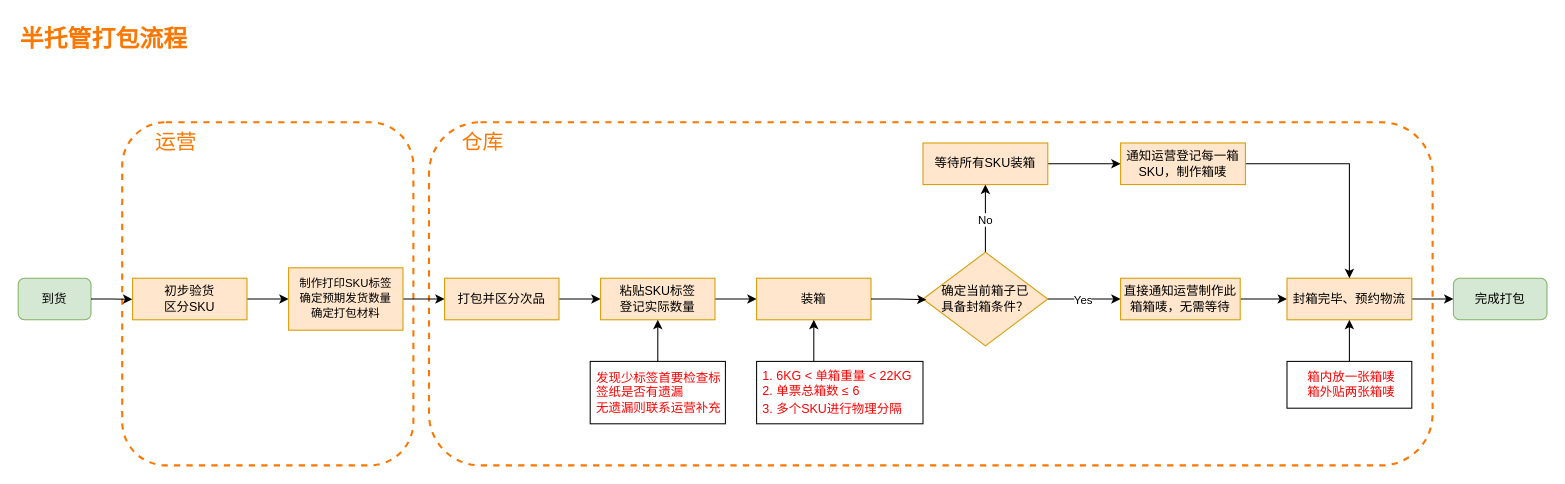
Wu-JunHui/Drawings keeps this draw.io diagram as Semi-managed Packaging Process.drawio. Above is the earlier version. Source tidied: cells renumbered, new cells numbered last; positions are measured from the earlier drawing's top-left corner, leaving out a move shared by most shapes. Both pictures are drawn from the tidied source at 104%, with x=0, y=0 at pixel (18, 18).
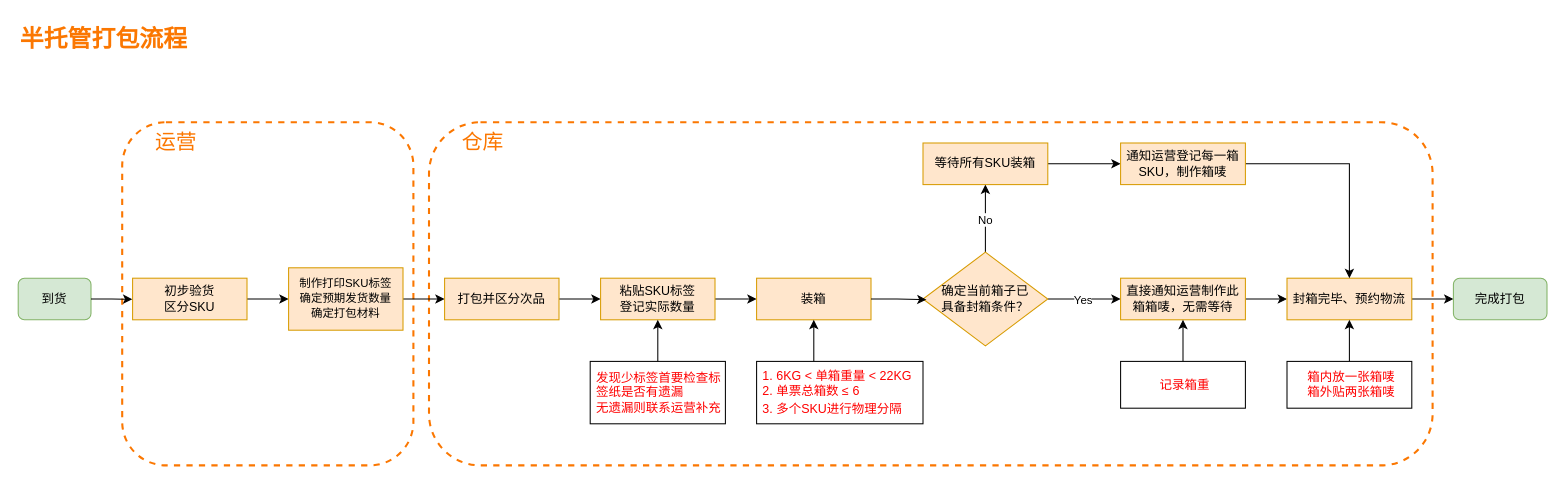
The same diagram, later.

What changed in the source:
```diff
@@
     <mxCell id="25" value="直接通知运营&lt;span style=&quot;background-color: initial;&quot;&gt;制作此箱箱唛，无需等待&lt;/span&gt;" style="whiteSpace=wrap;html=1;fillColor=#ffe6cc;strokeColor=#d79b00;" parent="1" vertex="1">
-      <mxGeometry x="1060" y="250" width="115" height="40" as="geometry" />
+      <mxGeometry x="1060" y="250" width="120" height="40" as="geometry" />
     </mxCell>
@@
+    <mxCell id="37" style="edgeStyle=orthogonalEdgeStyle;rounded=0;jettySize=auto;html=1;" parent="1" edge="1" source="38" target="25">
+      <mxGeometry relative="1" as="geometry" />
+    </mxCell>
+    <mxCell id="38" value="记录箱重" style="whiteSpace=wrap;html=1;align=center;spacingLeft=4;fontColor=#FF0000;" parent="1" vertex="1">
+      <mxGeometry x="1060" y="330" width="120" height="45" as="geometry" />
+    </mxCell>
```
